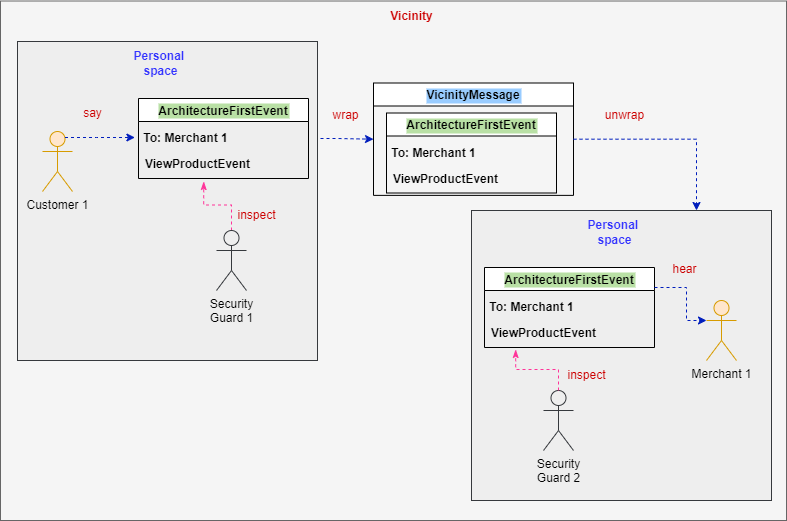
architecture-first/boa-showcase keeps this draw.io diagram as docs/programming/images/Messaging/boa-general-documentation-Messaging-Wrapping.drawio.png. Above is the earlier version. Source tidied: cells renumbered, new cells last; positions are measured from the earlier drawing's top-left corner, leaving out a move shared by most shapes. Its diagram source:
```xml
<mxGraphModel>
  <root>
    <mxCell id="0" />
    <mxCell id="1" parent="0" />
    <mxCell id="2" style="rounded=0;whiteSpace=wrap;html=1;fontSize=12;fillColor=#f5f5f5;strokeColor=#666666;fontColor=#333333;" parent="1" vertex="1">
      <mxGeometry y="0.5" width="786" height="519.5" as="geometry" />
    </mxCell>
    <mxCell id="3" value="&lt;b&gt;Vicinity&lt;br&gt;&lt;/b&gt;" style="text;html=1;align=center;verticalAlign=middle;fillColor=none;strokeColor=none;rounded=0;fontSize=12;fontColor=#CC0000;" parent="1" vertex="1">
      <mxGeometry x="376" y="1" width="70" height="30" as="geometry" />
    </mxCell>
    <mxCell id="4" value="&lt;font color=&quot;#cc0000&quot;&gt;say&lt;/font&gt;" style="text;html=1;align=center;verticalAlign=middle;fillColor=none;strokeColor=none;rounded=0;fontSize=12;fontColor=#3333FF;" parent="1" vertex="1">
      <mxGeometry x="72" y="101" width="40" height="30" as="geometry" />
    </mxCell>
    <mxCell id="5" style="group;" parent="1" vertex="1">
      <mxGeometry x="373" y="82.5" width="200" height="120" as="geometry" />
    </mxCell>
    <mxCell id="6" value="VicinityMessage" style="swimlane;fontSize=12;fontColor=#000000;labelBackgroundColor=#99CCFF;" parent="5" vertex="1">
      <mxGeometry width="200" height="112.4" as="geometry" />
    </mxCell>
    <mxCell id="7" style="group;" parent="6" vertex="1">
      <mxGeometry y="30" width="170" height="81" as="geometry" />
    </mxCell>
    <mxCell id="8" value="ArchitectureFirstEvent" style="swimlane;fontSize=12;fontColor=#000000;labelBackgroundColor=#B9E0A5;" parent="7" vertex="1">
      <mxGeometry x="13" width="170" height="80" as="geometry" />
    </mxCell>
    <mxCell id="9" value="ViewProductEvent" style="text;html=1;align=center;verticalAlign=middle;strokeColor=none;fillColor=none;fontSize=12;fontColor=#000000;fontStyle=1;" parent="7" vertex="1">
      <mxGeometry x="7" y="51" width="130" height="30" as="geometry" />
    </mxCell>
    <mxCell id="10" value="To: Merchant 1" style="text;html=1;align=center;verticalAlign=middle;strokeColor=none;fillColor=none;fontSize=12;fontColor=#000000;fontStyle=1;" parent="7" vertex="1">
      <mxGeometry x="5" y="25" width="110" height="30" as="geometry" />
    </mxCell>
    <mxCell id="11" style="edgeStyle=elbowEdgeStyle;elbow=horizontal;endArrow=classic;html=1;rounded=0;dashed=1;fontSize=12;fontColor=#CC0000;fillColor=#0050ef;strokeColor=#001DBC;exitX=1;exitY=0.5;exitDx=0;exitDy=0;entryX=0;entryY=0.5;entryDx=0;entryDy=0;" parent="1" edge="1" source="28" target="6">
      <mxGeometry relative="1" as="geometry">
        <Array as="points">
          <mxPoint x="337" y="150" />
          <mxPoint x="439.5" y="213.2" />
        </Array>
      </mxGeometry>
    </mxCell>
    <mxCell id="12" value="&lt;font color=&quot;#cc0000&quot;&gt;wrap&lt;/font&gt;" style="text;html=1;align=center;verticalAlign=middle;fillColor=none;strokeColor=none;rounded=0;fontSize=12;fontColor=#3333FF;" parent="1" vertex="1">
      <mxGeometry x="320" y="100" width="50" height="30" as="geometry" />
    </mxCell>
    <mxCell id="13" style="rounded=0;whiteSpace=wrap;html=1;fontSize=12;fillColor=#eeeeee;strokeColor=#36393d;" parent="1" vertex="1">
      <mxGeometry x="471" y="210" width="300" height="290" as="geometry" />
    </mxCell>
    <mxCell id="14" value="Merchant 1" style="shape=umlActor;verticalLabelPosition=bottom;verticalAlign=top;html=1;outlineConnect=0;fillColor=#ffe6cc;strokeColor=#d79b00;" parent="1" vertex="1">
      <mxGeometry x="706" y="300" width="30" height="60" as="geometry" />
    </mxCell>
    <mxCell id="15" value="&lt;b&gt;Personal&amp;nbsp;&lt;br&gt;space&lt;br&gt;&lt;/b&gt;" style="text;html=1;align=center;verticalAlign=middle;fillColor=none;strokeColor=none;rounded=0;fontSize=12;fontColor=#3333FF;" parent="1" vertex="1">
      <mxGeometry x="574" y="212" width="80" height="40" as="geometry" />
    </mxCell>
    <mxCell id="16" style="group;" parent="1" vertex="1">
      <mxGeometry x="471" y="267" width="170" height="81" as="geometry" />
    </mxCell>
    <mxCell id="17" value="ArchitectureFirstEvent" style="swimlane;fontSize=12;fontColor=#000000;labelBackgroundColor=#B9E0A5;" parent="16" vertex="1">
      <mxGeometry x="13" width="170" height="80" as="geometry" />
    </mxCell>
    <mxCell id="18" value="ViewProductEvent" style="text;html=1;align=center;verticalAlign=middle;points=[];strokeColor=none;fillColor=none;fontSize=12;fontColor=#000000;fontStyle=1;" parent="16" vertex="1">
      <mxGeometry x="7" y="51" width="130" height="30" as="geometry" />
    </mxCell>
    <mxCell id="19" value="To: Merchant 1" style="text;html=1;align=center;verticalAlign=middle;strokeColor=none;fillColor=none;fontSize=12;fontColor=#000000;fontStyle=1;" parent="16" vertex="1">
      <mxGeometry x="5" y="25" width="110" height="30" as="geometry" />
    </mxCell>
    <mxCell id="20" style="edgeStyle=elbowEdgeStyle;elbow=horizontal;endArrow=classic;html=1;rounded=0;dashed=1;fontSize=12;fontColor=#CC0000;fillColor=#0050ef;strokeColor=#001DBC;exitX=1;exitY=0.25;exitDx=0;exitDy=0;entryX=0;entryY=0.3333333333333333;entryDx=0;entryDy=0;entryPerimeter=0;" parent="1" edge="1" source="17" target="14">
      <mxGeometry relative="1" as="geometry">
        <Array as="points">
          <mxPoint x="686" y="287" />
          <mxPoint x="572" y="350" />
        </Array>
      </mxGeometry>
    </mxCell>
    <mxCell id="21" value="&lt;font color=&quot;#cc0000&quot;&gt;hear&lt;/font&gt;" style="text;html=1;align=center;verticalAlign=middle;fillColor=none;strokeColor=none;rounded=0;fontSize=12;fontColor=#3333FF;" parent="1" vertex="1">
      <mxGeometry x="659" y="254" width="50" height="30" as="geometry" />
    </mxCell>
    <mxCell id="22" value="&lt;font color=&quot;#cc0000&quot;&gt;unwrap&lt;/font&gt;" style="text;html=1;align=center;verticalAlign=middle;fillColor=none;strokeColor=none;rounded=0;fontSize=12;fontColor=#3333FF;" parent="1" vertex="1">
      <mxGeometry x="594" y="100" width="60" height="30" as="geometry" />
    </mxCell>
    <mxCell id="23" style="edgeStyle=elbowEdgeStyle;elbow=horizontal;endArrow=classic;html=1;rounded=0;dashed=1;fontSize=12;fontColor=#CC0000;fillColor=#0050ef;strokeColor=#001DBC;exitX=1;exitY=0.5;exitDx=0;exitDy=0;entryX=0.75;entryY=0;entryDx=0;entryDy=0;" parent="1" edge="1" source="6" target="13">
      <mxGeometry relative="1" as="geometry">
        <Array as="points">
          <mxPoint x="696" y="190" />
          <mxPoint x="760" y="245.2" />
        </Array>
      </mxGeometry>
    </mxCell>
    <mxCell id="24" style="rounded=0;whiteSpace=wrap;html=1;fontSize=12;fillColor=#eeeeee;strokeColor=#36393d;" parent="1" vertex="1">
      <mxGeometry x="17" y="41" width="300" height="319" as="geometry" />
    </mxCell>
    <mxCell id="25" value="Customer 1" style="shape=umlActor;verticalLabelPosition=bottom;verticalAlign=top;html=1;outlineConnect=0;fillColor=#ffe6cc;strokeColor=#d79b00;" parent="1" vertex="1">
      <mxGeometry x="42" y="131" width="30" height="60" as="geometry" />
    </mxCell>
    <mxCell id="26" value="&lt;b&gt;Personal&amp;nbsp;&lt;br&gt;space&lt;br&gt;&lt;/b&gt;" style="text;html=1;align=center;verticalAlign=middle;fillColor=none;strokeColor=none;rounded=0;fontSize=12;fontColor=#3333FF;" parent="1" vertex="1">
      <mxGeometry x="120" y="43" width="80" height="40" as="geometry" />
    </mxCell>
    <mxCell id="27" style="group;" parent="1" vertex="1">
      <mxGeometry x="125" y="98" width="170" height="81" as="geometry" />
    </mxCell>
    <mxCell id="28" value="ArchitectureFirstEvent" style="swimlane;fontSize=12;fontColor=#000000;labelBackgroundColor=#B9E0A5;" parent="27" vertex="1">
      <mxGeometry x="13" width="170" height="80" as="geometry" />
    </mxCell>
    <mxCell id="29" value="ViewProductEvent" style="text;html=1;align=center;verticalAlign=middle;points=[];strokeColor=none;fillColor=none;fontSize=12;fontColor=#000000;fontStyle=1;" parent="27" vertex="1">
      <mxGeometry x="7" y="51" width="130" height="30" as="geometry" />
    </mxCell>
    <mxCell id="30" value="To: Merchant 1" style="text;html=1;align=center;verticalAlign=middle;points=[];strokeColor=none;fillColor=none;fontSize=12;fontColor=#000000;fontStyle=1;" parent="27" vertex="1">
      <mxGeometry x="5" y="25" width="110" height="30" as="geometry" />
    </mxCell>
    <mxCell id="31" style="edgeStyle=elbowEdgeStyle;elbow=horizontal;endArrow=classic;html=1;rounded=0;dashed=1;fontSize=12;fontColor=#CC0000;fillColor=#0050ef;strokeColor=#001DBC;exitX=0.75;exitY=0.1;exitDx=0;exitDy=0;exitPerimeter=0;entryX=0.04;entryY=0.467;entryDx=0;entryDy=0;entryPerimeter=0;" parent="1" edge="1" source="25" target="30">
      <mxGeometry relative="1" as="geometry">
        <Array as="points">
          <mxPoint x="96" y="140" />
          <mxPoint x="118" y="181" />
        </Array>
      </mxGeometry>
    </mxCell>
    <mxCell id="32" style="edgeStyle=orthogonalEdgeStyle;rounded=0;jettySize=auto;html=1;exitX=0.5;exitY=0;exitDx=0;exitDy=0;exitPerimeter=0;entryX=0.548;entryY=1.067;entryDx=0;entryDy=0;entryPerimeter=0;dashed=1;fontSize=12;fontColor=#000000;endArrow=classicThin;endFill=1;strokeColor=#FF3399;strokeWidth=1;elbow=vertical;spacing=1;" parent="1" edge="1" source="33" target="29">
      <mxGeometry relative="1" as="geometry" />
    </mxCell>
    <mxCell id="33" value="Security&lt;br&gt;Guard 1" style="shape=umlActor;verticalLabelPosition=bottom;verticalAlign=top;html=1;outlineConnect=0;fillColor=#eeeeee;strokeColor=#36393d;" parent="1" vertex="1">
      <mxGeometry x="216" y="230" width="30" height="60" as="geometry" />
    </mxCell>
    <mxCell id="34" value="&lt;font color=&quot;#cc0000&quot;&gt;say&lt;/font&gt;" style="text;html=1;align=center;verticalAlign=middle;fillColor=none;strokeColor=none;rounded=0;fontSize=12;fontColor=#3333FF;" parent="1" vertex="1">
      <mxGeometry x="72" y="98" width="40" height="30" as="geometry" />
    </mxCell>
    <mxCell id="35" value="&lt;font color=&quot;#cc0000&quot;&gt;inspect&lt;/font&gt;" style="text;html=1;align=center;verticalAlign=middle;fillColor=none;strokeColor=none;rounded=0;fontSize=12;fontColor=#3333FF;" parent="1" vertex="1">
      <mxGeometry x="226" y="200" width="60" height="30" as="geometry" />
    </mxCell>
    <mxCell id="36" value="Security&lt;br&gt;Guard 2" style="shape=umlActor;verticalLabelPosition=bottom;verticalAlign=top;html=1;outlineConnect=0;fillColor=#eeeeee;strokeColor=#36393d;" parent="1" vertex="1">
      <mxGeometry x="543" y="390" width="30" height="60" as="geometry" />
    </mxCell>
    <mxCell id="37" value="&lt;font color=&quot;#cc0000&quot;&gt;inspect&lt;/font&gt;" style="text;html=1;align=center;verticalAlign=middle;fillColor=none;strokeColor=none;rounded=0;fontSize=12;fontColor=#3333FF;" parent="1" vertex="1">
      <mxGeometry x="556" y="360" width="60" height="30" as="geometry" />
    </mxCell>
    <mxCell id="38" style="edgeStyle=orthogonalEdgeStyle;rounded=0;jettySize=auto;html=1;exitX=0.5;exitY=0;exitDx=0;exitDy=0;exitPerimeter=0;entryX=0.286;entryY=1.033;entryDx=0;entryDy=0;entryPerimeter=0;dashed=1;fontSize=12;fontColor=#000000;endArrow=classicThin;endFill=1;strokeColor=#FF3399;strokeWidth=1;elbow=vertical;spacing=1;" parent="1" edge="1" source="36" target="18">
      <mxGeometry relative="1" as="geometry" />
    </mxCell>
  </root>
</mxGraphModel>
```
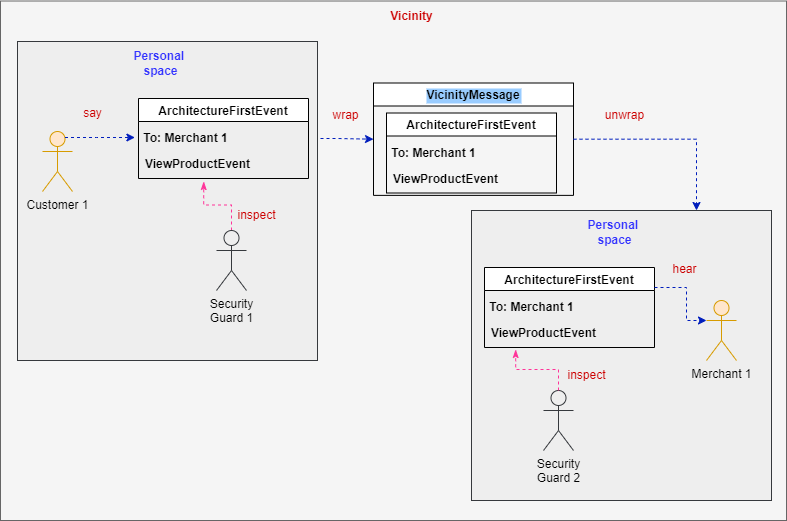
After the change.

Commit message:
improve Messaging documentation

Diff of the diagram source:
```diff
@@ -20,7 +20,7 @@
     <mxCell id="7" style="group;" parent="6" vertex="1">
       <mxGeometry y="30" width="170" height="81" as="geometry" />
     </mxCell>
-    <mxCell id="8" value="ArchitectureFirstEvent" style="swimlane;fontSize=12;fontColor=#000000;labelBackgroundColor=#B9E0A5;" parent="7" vertex="1">
+    <mxCell id="8" value="ArchitectureFirstEvent" style="swimlane;fontSize=12;fontColor=#000000;labelBackgroundColor=#FFFFFF;" parent="7" vertex="1">
       <mxGeometry x="13" width="170" height="80" as="geometry" />
     </mxCell>
     <mxCell id="9" value="ViewProductEvent" style="text;html=1;align=center;verticalAlign=middle;strokeColor=none;fillColor=none;fontSize=12;fontColor=#000000;fontStyle=1;" parent="7" vertex="1">
@@ -52,7 +52,7 @@
     <mxCell id="16" style="group;" parent="1" vertex="1">
       <mxGeometry x="471" y="267" width="170" height="81" as="geometry" />
     </mxCell>
-    <mxCell id="17" value="ArchitectureFirstEvent" style="swimlane;fontSize=12;fontColor=#000000;labelBackgroundColor=#B9E0A5;" parent="16" vertex="1">
+    <mxCell id="17" value="ArchitectureFirstEvent" style="swimlane;fontSize=12;fontColor=#000000;labelBackgroundColor=#FFFFFF;" parent="16" vertex="1">
       <mxGeometry x="13" width="170" height="80" as="geometry" />
     </mxCell>
     <mxCell id="18" value="ViewProductEvent" style="text;html=1;align=center;verticalAlign=middle;points=[];strokeColor=none;fillColor=none;fontSize=12;fontColor=#000000;fontStyle=1;" parent="16" vertex="1">
@@ -95,7 +95,7 @@
     <mxCell id="27" style="group;" parent="1" vertex="1">
       <mxGeometry x="125" y="98" width="170" height="81" as="geometry" />
     </mxCell>
-    <mxCell id="28" value="ArchitectureFirstEvent" style="swimlane;fontSize=12;fontColor=#000000;labelBackgroundColor=#B9E0A5;" parent="27" vertex="1">
+    <mxCell id="28" value="ArchitectureFirstEvent" style="swimlane;fontSize=12;fontColor=#000000;labelBackgroundColor=#FFFFFF;" parent="27" vertex="1">
       <mxGeometry x="13" width="170" height="80" as="geometry" />
     </mxCell>
     <mxCell id="29" value="ViewProductEvent" style="text;html=1;align=center;verticalAlign=middle;points=[];strokeColor=none;fillColor=none;fontSize=12;fontColor=#000000;fontStyle=1;" parent="27" vertex="1">
```
